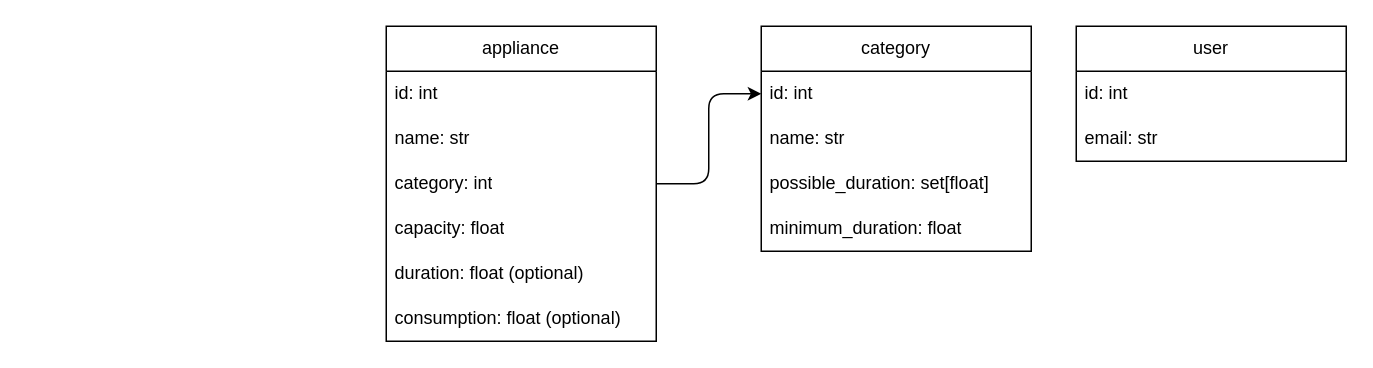
victorduthoit/wattsup keeps this draw.io diagram as page "datamodel" (1 of 2) of docs/solution_design.drawio. Above is the earlier version. Source tidied: cells renumbered, new cells numbered last; positions are measured from the earlier drawing's top-left corner, leaving out a move shared by most shapes. Both pictures are drawn from the tidied source at 150%, with x=0, y=0 at pixel (386, 26).
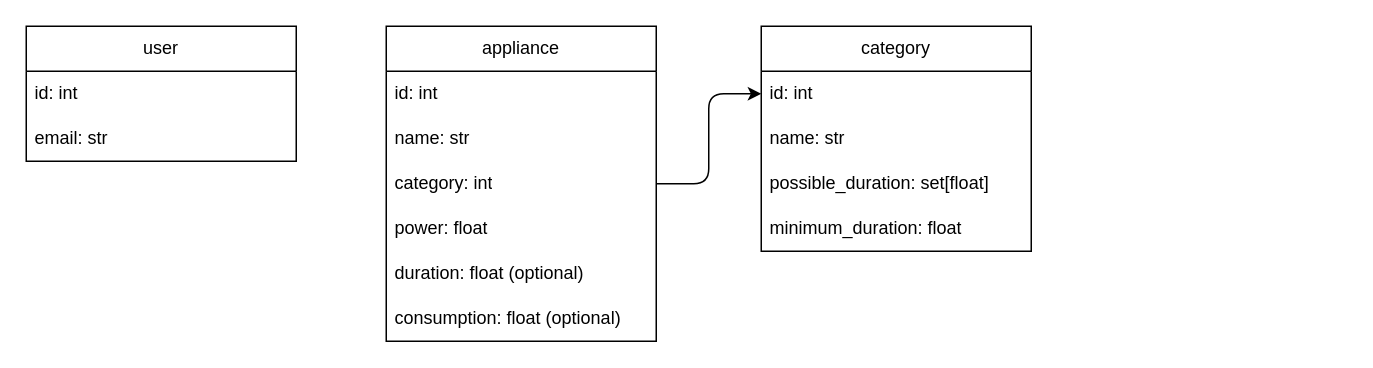
The same page after the edit.

Commit message (it also covers changes not shown here):
docs: :memo: change appliance attribute "capacity" for "power" in docs

Diff of the diagram source:
```diff
@@
 <mxGraphModel>
   <root>
     <mxCell id="0" />
     <mxCell id="1" parent="0" />
     <mxCell id="2" value="appliance" style="swimlane;fontStyle=0;horizontal=1;startSize=30;whiteSpace=wrap;html=1;" parent="1" vertex="1">
       <mxGeometry width="180" height="210" as="geometry" />
     </mxCell>
     <mxCell id="3" value="id: int" style="text;strokeColor=none;fillColor=none;align=left;verticalAlign=middle;spacingLeft=4;spacingRight=4;overflow=hidden;whiteSpace=wrap;html=1;" parent="2" vertex="1">
       <mxGeometry y="30" width="180" height="30" as="geometry" />
     </mxCell>
     <mxCell id="4" value="name: str" style="text;strokeColor=none;fillColor=none;align=left;verticalAlign=middle;spacingLeft=4;spacingRight=4;overflow=hidden;whiteSpace=wrap;html=1;" parent="2" vertex="1">
       <mxGeometry y="60" width="180" height="30" as="geometry" />
     </mxCell>
     <mxCell id="5" value="category: int" style="text;strokeColor=none;fillColor=none;align=left;verticalAlign=middle;spacingLeft=4;spacingRight=4;overflow=hidden;points=[[0,0.5],[1,0.5]];portConstraint=eastwest;whiteSpace=wrap;html=1;" parent="2" vertex="1">
       <mxGeometry y="90" width="180" height="30" as="geometry" />
     </mxCell>
-    <mxCell id="6" value="capacity: float" style="text;strokeColor=none;fillColor=none;align=left;verticalAlign=middle;spacingLeft=4;spacingRight=4;overflow=hidden;whiteSpace=wrap;html=1;" parent="2" vertex="1">
+    <mxCell id="6" value="power: float" style="text;strokeColor=none;fillColor=none;align=left;verticalAlign=middle;spacingLeft=4;spacingRight=4;overflow=hidden;whiteSpace=wrap;html=1;" parent="2" vertex="1">
       <mxGeometry y="120" width="180" height="30" as="geometry" />
     </mxCell>
     <mxCell id="7" value="duration: float (optional)" style="text;strokeColor=none;fillColor=none;align=left;verticalAlign=middle;spacingLeft=4;spacingRight=4;overflow=hidden;whiteSpace=wrap;html=1;" parent="2" vertex="1">
       <mxGeometry y="150" width="180" height="30" as="geometry" />
     </mxCell>
     <mxCell id="8" value="consumption: float (optional)" style="text;strokeColor=none;fillColor=none;align=left;verticalAlign=middle;spacingLeft=4;spacingRight=4;overflow=hidden;whiteSpace=wrap;html=1;" parent="2" vertex="1">
       <mxGeometry y="180" width="180" height="30" as="geometry" />
     </mxCell>
     <mxCell id="9" value="category" style="swimlane;fontStyle=0;horizontal=1;startSize=30;whiteSpace=wrap;html=1;" parent="1" vertex="1">
       <mxGeometry x="250" width="180" height="150" as="geometry" />
     </mxCell>
     <mxCell id="10" value="id: int" style="text;strokeColor=none;fillColor=none;align=left;verticalAlign=middle;spacingLeft=4;spacingRight=4;overflow=hidden;points=[[0,0.5],[1,0.5]];portConstraint=eastwest;whiteSpace=wrap;html=1;" parent="9" vertex="1">
       <mxGeometry y="30" width="180" height="30" as="geometry" />
     </mxCell>
     <mxCell id="11" value="name: str" style="text;strokeColor=none;fillColor=none;align=left;verticalAlign=middle;spacingLeft=4;spacingRight=4;overflow=hidden;whiteSpace=wrap;html=1;" parent="9" vertex="1">
       <mxGeometry y="60" width="180" height="30" as="geometry" />
     </mxCell>
     <mxCell id="12" value="possible_duration: set[float]" style="text;strokeColor=none;fillColor=none;align=left;verticalAlign=middle;spacingLeft=4;spacingRight=4;overflow=hidden;whiteSpace=wrap;html=1;" parent="9" vertex="1">
       <mxGeometry y="90" width="180" height="30" as="geometry" />
     </mxCell>
     <mxCell id="13" value="minimum_duration: float" style="text;strokeColor=none;fillColor=none;align=left;verticalAlign=middle;spacingLeft=4;spacingRight=4;overflow=hidden;whiteSpace=wrap;html=1;" parent="9" vertex="1">
       <mxGeometry y="120" width="180" height="30" as="geometry" />
     </mxCell>
     <mxCell id="14" style="edgeStyle=orthogonalEdgeStyle;html=1;entryX=0;entryY=0.5;entryDx=0;entryDy=0;exitX=1;exitY=0.5;exitDx=0;exitDy=0;" parent="1" edge="1" source="5" target="10">
       <mxGeometry relative="1" as="geometry" />
     </mxCell>
     <mxCell id="15" value="user" style="swimlane;fontStyle=0;horizontal=1;startSize=30;whiteSpace=wrap;html=1;" parent="1" vertex="1">
-      <mxGeometry x="460" width="180" height="90" as="geometry" />
+      <mxGeometry x="-240" width="180" height="90" as="geometry" />
     </mxCell>
     <mxCell id="16" value="id: int" style="text;strokeColor=none;fillColor=none;align=left;verticalAlign=middle;spacingLeft=4;spacingRight=4;overflow=hidden;whiteSpace=wrap;html=1;" parent="15" vertex="1">
       <mxGeometry y="30" width="180" height="30" as="geometry" />
     </mxCell>
     <mxCell id="17" value="email: str" style="text;strokeColor=none;fillColor=none;align=left;verticalAlign=middle;spacingLeft=4;spacingRight=4;overflow=hidden;whiteSpace=wrap;html=1;" parent="15" vertex="1">
       <mxGeometry y="60" width="180" height="30" as="geometry" />
     </mxCell>
   </root>
 </mxGraphModel>
```
